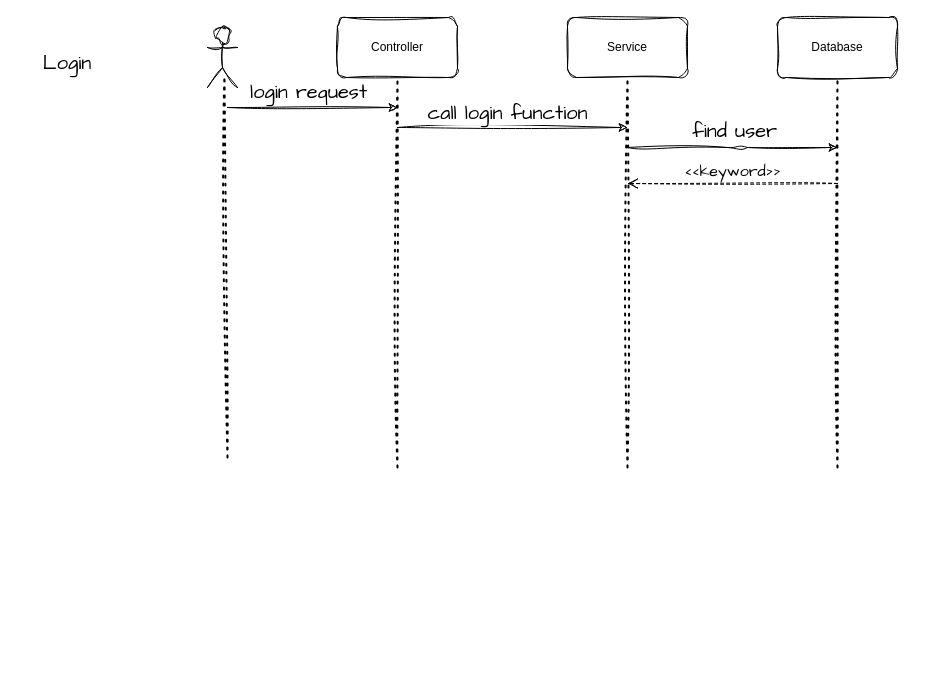
The draw.io diagram Sequence_diagram.drawio in DinhManhAGF/Diagram, before the edit. Source tidied: cells renumbered, new cells numbered last; positions are measured from the earlier drawing's top-left corner, leaving out a move shared by most shapes. Both pictures are drawn from the tidied source at 100%, with x=0, y=0 at pixel (37, 17).
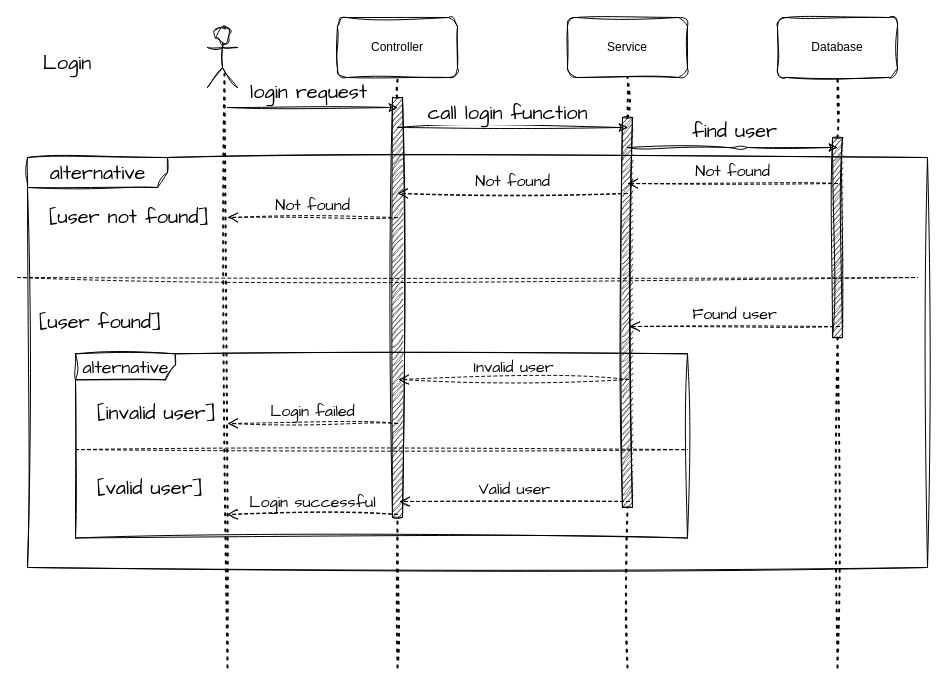
After the change.

Commit message (it also covers changes not shown here):
Cập nhật Sequence_diagram.drawio

Unchanged cells that the change refers to:
```xml
<mxCell id="2" style="shape=umlActor;verticalLabelPosition=bottom;verticalAlign=top;html=1;labelBackgroundColor=none;rounded=1;sketch=1;curveFitting=1;jiggle=2;" parent="1" vertex="1">
  <mxGeometry x="170" y="10" width="30" height="60" as="geometry" />
</mxCell>
<mxCell id="3" value="Controller" style="rounded=1;whiteSpace=wrap;html=1;labelBackgroundColor=none;sketch=1;curveFitting=1;jiggle=2;" parent="1" vertex="1">
  <mxGeometry x="300" width="120" height="60" as="geometry" />
</mxCell>
<mxCell id="4" value="Service" style="rounded=1;whiteSpace=wrap;html=1;labelBackgroundColor=none;sketch=1;curveFitting=1;jiggle=2;" parent="1" vertex="1">
  <mxGeometry x="530" width="120" height="60" as="geometry" />
</mxCell>
<mxCell id="5" value="Database" style="rounded=1;whiteSpace=wrap;html=1;labelBackgroundColor=none;sketch=1;curveFitting=1;jiggle=2;" parent="1" vertex="1">
  <mxGeometry x="740" width="120" height="60" as="geometry" />
</mxCell>
```

Diff of the diagram source:
```diff
@@
     <mxCell id="7" style="endArrow=none;dashed=1;html=1;dashPattern=1 3;strokeWidth=2;rounded=1;sketch=1;hachureGap=4;jiggle=2;curveFitting=1;fontFamily=Architects Daughter;fontSize=16;entryX=0.567;entryY=0.772;entryDx=0;entryDy=0;entryPerimeter=0;" parent="1" edge="1" target="2">
       <mxGeometry relative="1" as="geometry">
-        <mxPoint x="190" y="440" as="sourcePoint" />
+        <mxPoint x="190" y="650" as="sourcePoint" />
       </mxGeometry>
     </mxCell>
-    <mxCell id="8" style="endArrow=none;dashed=1;html=1;dashPattern=1 3;strokeWidth=2;rounded=1;sketch=1;hachureGap=4;jiggle=2;curveFitting=1;fontFamily=Architects Daughter;fontSize=16;entryX=0.5;entryY=1;entryDx=0;entryDy=0;" parent="1" edge="1" target="3">
-      <mxGeometry relative="1" as="geometry">
-        <mxPoint x="360" y="450" as="sourcePoint" />
-      </mxGeometry>
+    <mxCell id="8" style="endArrow=none;dashed=1;html=1;dashPattern=1 3;strokeWidth=2;rounded=1;sketch=1;hachureGap=4;jiggle=2;curveFitting=1;fontFamily=Architects Daughter;fontSize=16;entryX=0.5;entryY=1;entryDx=0;entryDy=0;startArrow=none;" parent="1" edge="1" source="32" target="3">
+      <mxGeometry relative="1" as="geometry" />
     </mxCell>
-    <mxCell id="9" style="endArrow=none;dashed=1;html=1;dashPattern=1 3;strokeWidth=2;rounded=1;sketch=1;hachureGap=4;jiggle=2;curveFitting=1;fontFamily=Architects Daughter;fontSize=16;entryX=0.5;entryY=1;entryDx=0;entryDy=0;" parent="1" edge="1" target="4">
-      <mxGeometry relative="1" as="geometry">
-        <mxPoint x="590" y="450" as="sourcePoint" />
-      </mxGeometry>
+    <mxCell id="9" style="endArrow=none;dashed=1;html=1;dashPattern=1 3;strokeWidth=2;rounded=1;sketch=1;hachureGap=4;jiggle=2;curveFitting=1;fontFamily=Architects Daughter;fontSize=16;entryX=0.5;entryY=1;entryDx=0;entryDy=0;startArrow=none;" parent="1" edge="1" source="34" target="4">
+      <mxGeometry relative="1" as="geometry" />
     </mxCell>
-    <mxCell id="10" style="endArrow=none;dashed=1;html=1;dashPattern=1 3;strokeWidth=2;rounded=1;sketch=1;hachureGap=4;jiggle=2;curveFitting=1;fontFamily=Architects Daughter;fontSize=16;entryX=0.5;entryY=1;entryDx=0;entryDy=0;" parent="1" edge="1" target="5">
-      <mxGeometry relative="1" as="geometry">
-        <mxPoint x="800" y="450" as="sourcePoint" />
-      </mxGeometry>
+    <mxCell id="10" style="endArrow=none;dashed=1;html=1;dashPattern=1 3;strokeWidth=2;rounded=1;sketch=1;hachureGap=4;jiggle=2;curveFitting=1;fontFamily=Architects Daughter;fontSize=16;entryX=0.5;entryY=1;entryDx=0;entryDy=0;startArrow=none;" parent="1" edge="1" source="36" target="5">
+      <mxGeometry relative="1" as="geometry" />
     </mxCell>
@@
-    <mxCell id="17" value="&amp;lt;&amp;lt;keyword&amp;gt;&amp;gt;" style="endArrow=open;startArrow=none;endFill=0;startFill=0;endSize=8;html=1;verticalAlign=bottom;dashed=1;labelBackgroundColor=none;rounded=1;sketch=1;hachureGap=4;jiggle=2;curveFitting=1;fontFamily=Architects Daughter;fontSize=16;" parent="1" edge="1">
+    <mxCell id="17" value="Not found" style="endArrow=open;startArrow=none;endFill=0;startFill=0;endSize=8;html=1;verticalAlign=bottom;dashed=1;labelBackgroundColor=none;rounded=1;sketch=1;hachureGap=4;jiggle=2;curveFitting=1;fontFamily=Architects Daughter;fontSize=16;" parent="1" edge="1">
       <mxGeometry relative="1" as="geometry">
         <mxPoint x="800" y="166" as="sourcePoint" />
         <mxPoint x="590" y="166" as="targetPoint" />
       </mxGeometry>
     </mxCell>
+    <mxCell id="18" value="Not found" style="endArrow=open;startArrow=none;endFill=0;startFill=0;endSize=8;html=1;verticalAlign=bottom;dashed=1;labelBackgroundColor=none;rounded=1;sketch=1;hachureGap=4;jiggle=2;curveFitting=1;fontFamily=Architects Daughter;fontSize=16;" parent="1" edge="1">
+      <mxGeometry relative="1" as="geometry">
+        <mxPoint x="590" y="176" as="sourcePoint" />
+        <mxPoint x="360" y="176" as="targetPoint" />
+      </mxGeometry>
+    </mxCell>
+    <mxCell id="19" value="Not found" style="endArrow=open;startArrow=none;endFill=0;startFill=0;endSize=8;html=1;verticalAlign=bottom;dashed=1;labelBackgroundColor=none;rounded=1;sketch=1;hachureGap=4;jiggle=2;curveFitting=1;fontFamily=Architects Daughter;fontSize=16;" parent="1" edge="1">
+      <mxGeometry relative="1" as="geometry">
+        <mxPoint x="360" y="200" as="sourcePoint" />
+        <mxPoint x="190" y="200" as="targetPoint" />
+      </mxGeometry>
+    </mxCell>
+    <mxCell id="20" value="alternative" style="shape=umlFrame;tabWidth=110;tabHeight=30;tabPosition=left;html=1;boundedLbl=1;labelInHeader=1;width=140;height=30;sketch=1;hachureGap=4;jiggle=2;curveFitting=1;fontFamily=Architects Daughter;fontSize=20;" parent="1" vertex="1">
+      <mxGeometry x="-10" y="140" width="900" height="410" as="geometry" />
+    </mxCell>
+    <mxCell id="21" value="[user not found]" style="text;fontSize=20;fontFamily=Architects Daughter;" parent="20" vertex="1">
+      <mxGeometry width="100" height="20" relative="1" as="geometry">
+        <mxPoint x="20" y="40" as="offset" />
+      </mxGeometry>
+    </mxCell>
+    <mxCell id="22" value="[user found]" style="line;strokeWidth=1;dashed=1;labelPosition=center;verticalLabelPosition=bottom;align=left;verticalAlign=top;spacingLeft=20;spacingTop=15;sketch=1;hachureGap=4;jiggle=2;curveFitting=1;fontFamily=Architects Daughter;fontSize=20;" parent="20" vertex="1">
+      <mxGeometry x="-10" y="110" width="900" height="20" as="geometry" />
+    </mxCell>
+    <mxCell id="23" value="&lt;font style=&quot;font-size: 18px;&quot;&gt;alternative&lt;/font&gt;" style="shape=umlFrame;tabWidth=110;tabHeight=30;tabPosition=left;html=1;boundedLbl=1;labelInHeader=1;width=100;height=26;sketch=1;hachureGap=4;jiggle=2;curveFitting=1;fontFamily=Architects Daughter;fontSize=20;" parent="20" vertex="1">
+      <mxGeometry x="48" y="196.3" width="612" height="184.2" as="geometry" />
+    </mxCell>
+    <mxCell id="24" value="[invalid user]" style="text;fontSize=20;fontFamily=Architects Daughter;" parent="23" vertex="1">
+      <mxGeometry width="100" height="20" relative="1" as="geometry">
+        <mxPoint x="20" y="40" as="offset" />
+      </mxGeometry>
+    </mxCell>
+    <mxCell id="25" value="[valid user]" style="line;strokeWidth=1;dashed=1;labelPosition=center;verticalLabelPosition=bottom;align=left;verticalAlign=top;spacingLeft=20;spacingTop=15;sketch=1;hachureGap=4;jiggle=2;curveFitting=1;fontFamily=Architects Daughter;fontSize=20;" parent="23" vertex="1">
+      <mxGeometry y="92.1" width="612" height="7.4" as="geometry" />
+    </mxCell>
+    <mxCell id="26" value="Found user" style="endArrow=open;startArrow=none;endFill=0;startFill=0;endSize=8;html=1;verticalAlign=bottom;dashed=1;labelBackgroundColor=none;rounded=1;sketch=1;hachureGap=4;jiggle=2;curveFitting=1;fontFamily=Architects Daughter;fontSize=16;" parent="1" edge="1">
+      <mxGeometry relative="1" as="geometry">
+        <mxPoint x="802" y="309" as="sourcePoint" />
+        <mxPoint x="592" y="309" as="targetPoint" />
+      </mxGeometry>
+    </mxCell>
+    <mxCell id="27" value="Invalid user" style="endArrow=open;startArrow=none;endFill=0;startFill=0;endSize=8;html=1;verticalAlign=bottom;dashed=1;labelBackgroundColor=none;rounded=1;sketch=1;hachureGap=4;jiggle=2;curveFitting=1;fontFamily=Architects Daughter;fontSize=16;" parent="1" edge="1">
+      <mxGeometry relative="1" as="geometry">
+        <mxPoint x="591" y="362" as="sourcePoint" />
+        <mxPoint x="361" y="362" as="targetPoint" />
+      </mxGeometry>
+    </mxCell>
+    <mxCell id="28" value="Login failed" style="endArrow=open;startArrow=none;endFill=0;startFill=0;endSize=8;html=1;verticalAlign=bottom;dashed=1;labelBackgroundColor=none;rounded=1;sketch=1;hachureGap=4;jiggle=2;curveFitting=1;fontFamily=Architects Daughter;fontSize=16;" parent="1" edge="1">
+      <mxGeometry relative="1" as="geometry">
+        <mxPoint x="360" y="406" as="sourcePoint" />
+        <mxPoint x="190" y="406" as="targetPoint" />
+      </mxGeometry>
+    </mxCell>
+    <mxCell id="29" value="Valid user" style="endArrow=open;startArrow=none;endFill=0;startFill=0;endSize=8;html=1;verticalAlign=bottom;dashed=1;labelBackgroundColor=none;rounded=1;sketch=1;hachureGap=4;jiggle=2;curveFitting=1;fontFamily=Architects Daughter;fontSize=16;" parent="1" edge="1">
+      <mxGeometry relative="1" as="geometry">
+        <mxPoint x="592" y="484" as="sourcePoint" />
+        <mxPoint x="362" y="484" as="targetPoint" />
+      </mxGeometry>
+    </mxCell>
+    <mxCell id="30" value="Login successful" style="endArrow=open;startArrow=none;endFill=0;startFill=0;endSize=8;html=1;verticalAlign=bottom;dashed=1;labelBackgroundColor=none;rounded=1;sketch=1;hachureGap=4;jiggle=2;curveFitting=1;fontFamily=Architects Daughter;fontSize=16;" parent="1" edge="1">
+      <mxGeometry relative="1" as="geometry">
+        <mxPoint x="360" y="497" as="sourcePoint" />
+        <mxPoint x="190" y="497" as="targetPoint" />
+      </mxGeometry>
+    </mxCell>
+    <mxCell id="31" style="endArrow=none;dashed=1;html=1;dashPattern=1 3;strokeWidth=2;rounded=1;sketch=1;hachureGap=4;jiggle=2;curveFitting=1;fontFamily=Architects Daughter;fontSize=16;entryX=0.5;entryY=1;entryDx=0;entryDy=0;" parent="1" edge="1" target="32">
+      <mxGeometry relative="1" as="geometry">
+        <mxPoint x="360" y="650" as="sourcePoint" />
+      </mxGeometry>
+    </mxCell>
+    <mxCell id="32" style="html=1;points=[];perimeter=orthogonalPerimeter;fillColor=strokeColor;sketch=1;hachureGap=4;jiggle=2;curveFitting=1;fontFamily=Architects Daughter;fontSize=18;" parent="1" vertex="1">
+      <mxGeometry x="355" y="80" width="10" height="420" as="geometry" />
+    </mxCell>
+    <mxCell id="33" style="endArrow=none;dashed=1;html=1;dashPattern=1 3;strokeWidth=2;rounded=1;sketch=1;hachureGap=4;jiggle=2;curveFitting=1;fontFamily=Architects Daughter;fontSize=16;entryX=0.5;entryY=1;entryDx=0;entryDy=0;" parent="1" edge="1" target="34">
+      <mxGeometry relative="1" as="geometry">
+        <mxPoint x="590" y="650" as="sourcePoint" />
+      </mxGeometry>
+    </mxCell>
+    <mxCell id="34" style="html=1;points=[];perimeter=orthogonalPerimeter;fillColor=strokeColor;sketch=1;hachureGap=4;jiggle=2;curveFitting=1;fontFamily=Architects Daughter;fontSize=18;" parent="1" vertex="1">
+      <mxGeometry x="585" y="100" width="10" height="390" as="geometry" />
+    </mxCell>
+    <mxCell id="35" style="endArrow=none;dashed=1;html=1;dashPattern=1 3;strokeWidth=2;rounded=1;sketch=1;hachureGap=4;jiggle=2;curveFitting=1;fontFamily=Architects Daughter;fontSize=16;entryX=0.5;entryY=1;entryDx=0;entryDy=0;" parent="1" edge="1" target="36">
+      <mxGeometry relative="1" as="geometry">
+        <mxPoint x="800" y="650" as="sourcePoint" />
+      </mxGeometry>
+    </mxCell>
+    <mxCell id="36" style="html=1;points=[];perimeter=orthogonalPerimeter;fillColor=strokeColor;sketch=1;hachureGap=4;jiggle=2;curveFitting=1;fontFamily=Architects Daughter;fontSize=18;" parent="1" vertex="1">
+      <mxGeometry x="795" y="120" width="10" height="200" as="geometry" />
+    </mxCell>
```
